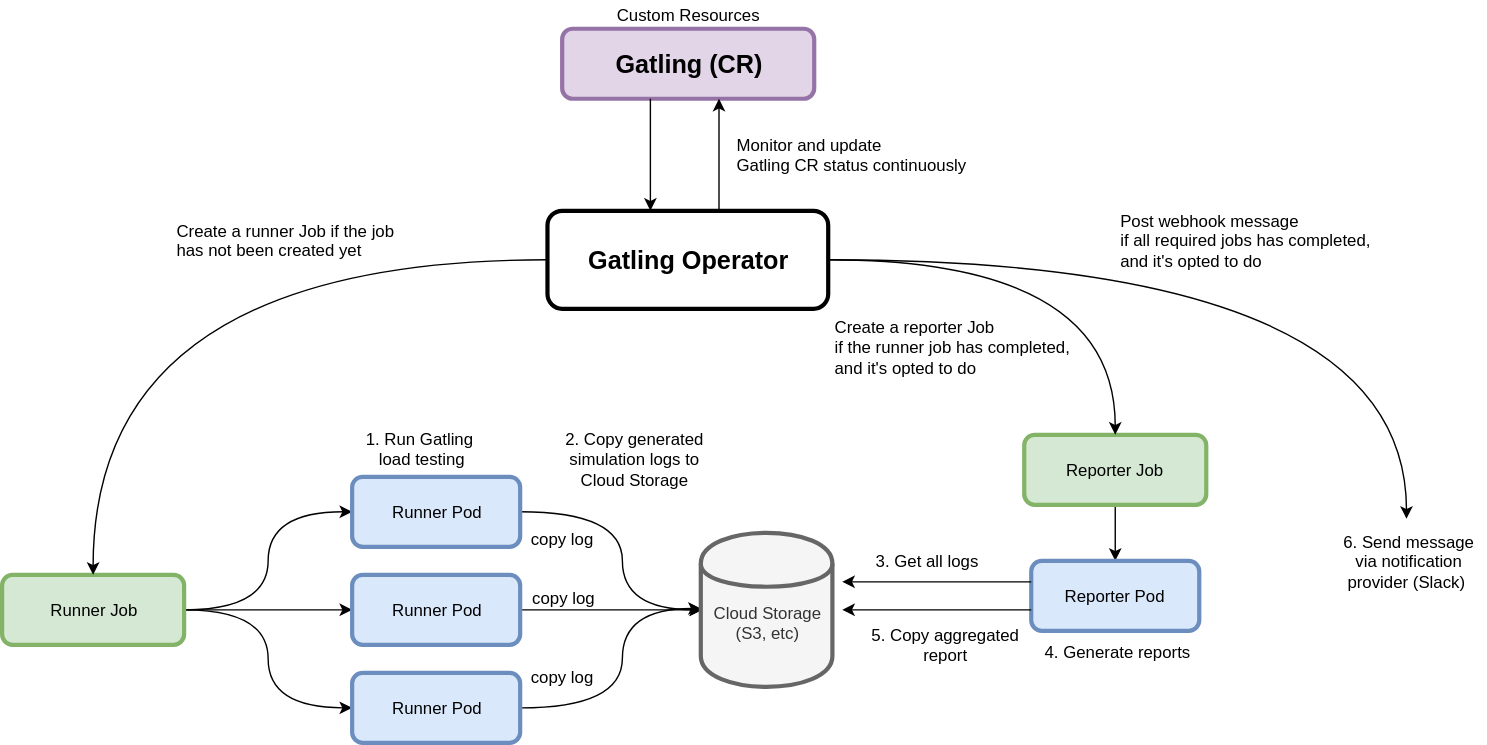
Before: assets/gatling-operator-arch.svg, a diagram exported from draw.io (st-tech/gatling-operator). Source tidied: cells renumbered, new cells last; positions are measured from the earlier drawing's top-left corner, leaving out a move shared by most shapes.
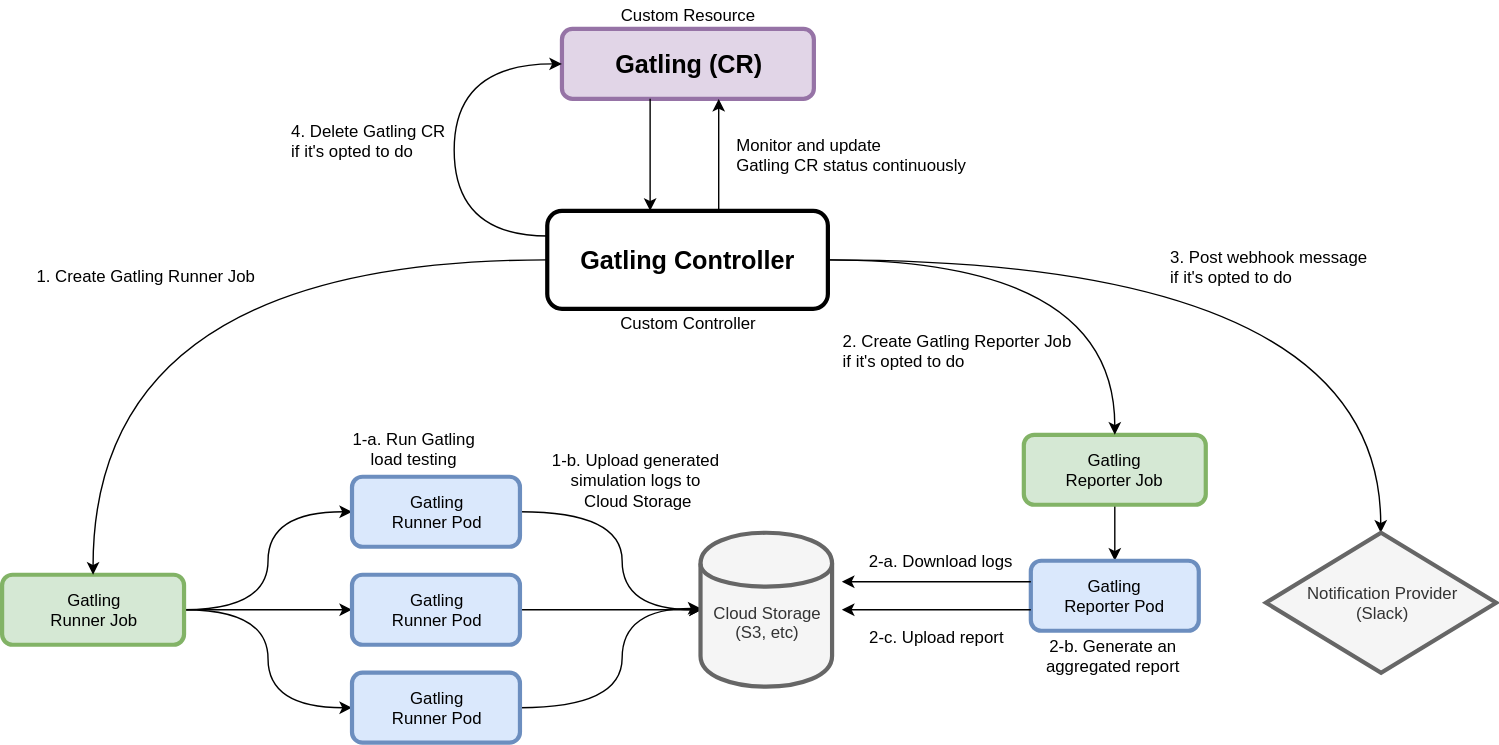
Above is the later version.

Diff of the diagram source:
```diff
@@ -11,7 +11,7 @@
     <mxCell id="4" style="edgeStyle=orthogonalEdgeStyle;rounded=0;jettySize=auto;html=1;entryX=0;entryY=0.5;entryDx=0;entryDy=0;curved=1;" parent="1" edge="1" source="5" target="14">
       <mxGeometry relative="1" as="geometry" />
     </mxCell>
-    <mxCell id="5" value="Runner Job" style="rounded=1;whiteSpace=wrap;html=1;strokeWidth=3;fillColor=#d5e8d4;strokeColor=#82b366;" parent="1" vertex="1">
+    <mxCell id="5" value="Gatling&lt;br&gt;Runner Job" style="rounded=1;whiteSpace=wrap;html=1;strokeWidth=3;fillColor=#d5e8d4;strokeColor=#82b366;" parent="1" vertex="1">
       <mxGeometry y="410" width="130" height="50" as="geometry" />
     </mxCell>
     <mxCell id="6" style="edgeStyle=orthogonalEdgeStyle;curved=1;rounded=0;jettySize=auto;html=1;entryX=0.002;entryY=0.611;entryDx=0;entryDy=0;entryPerimeter=0;" parent="1" edge="1" source="8">
@@ -23,12 +23,7 @@
         </Array>
       </mxGeometry>
     </mxCell>
-    <mxCell id="7" value="copy log" style="edgeLabel;html=1;align=center;verticalAlign=middle;" parent="6" vertex="1">
-      <mxGeometry x="-0.57" y="-20" relative="1" as="geometry">
-        <mxPoint x="-13" y="-2" as="offset" />
-      </mxGeometry>
-    </mxCell>
-    <mxCell id="8" value="Runner Pod" style="rounded=1;whiteSpace=wrap;html=1;strokeWidth=3;fillColor=#dae8fc;strokeColor=#6c8ebf;" parent="1" vertex="1">
+    <mxCell id="8" value="Gatling&lt;br&gt;Runner Pod" style="rounded=1;whiteSpace=wrap;html=1;strokeWidth=3;fillColor=#dae8fc;strokeColor=#6c8ebf;" parent="1" vertex="1">
       <mxGeometry x="250" y="340" width="120" height="50" as="geometry" />
     </mxCell>
     <mxCell id="9" style="edgeStyle=orthogonalEdgeStyle;curved=1;rounded=0;jettySize=auto;html=1;entryX=0.002;entryY=0.611;entryDx=0;entryDy=0;entryPerimeter=0;" parent="1" edge="1" source="11">
@@ -36,12 +31,7 @@
         <mxPoint x="500" y="435" as="targetPoint" />
       </mxGeometry>
     </mxCell>
-    <mxCell id="10" value="copy log" style="edgeLabel;html=1;align=center;verticalAlign=middle;" parent="9" vertex="1">
-      <mxGeometry x="-0.42" y="-5" relative="1" as="geometry">
-        <mxPoint x="-7" y="-15" as="offset" />
-      </mxGeometry>
-    </mxCell>
-    <mxCell id="11" value="Runner Pod" style="rounded=1;whiteSpace=wrap;html=1;strokeWidth=3;fillColor=#dae8fc;strokeColor=#6c8ebf;" parent="1" vertex="1">
+    <mxCell id="11" value="Gatling&lt;br&gt;Runner Pod" style="rounded=1;whiteSpace=wrap;html=1;strokeWidth=3;fillColor=#dae8fc;strokeColor=#6c8ebf;" parent="1" vertex="1">
       <mxGeometry x="250" y="410" width="120" height="50" as="geometry" />
     </mxCell>
     <mxCell id="12" style="edgeStyle=orthogonalEdgeStyle;curved=1;rounded=0;jettySize=auto;html=1;entryX=-0.006;entryY=0.598;entryDx=0;entryDy=0;entryPerimeter=0;" parent="1" edge="1" source="14">
@@ -53,24 +43,19 @@
         </Array>
       </mxGeometry>
     </mxCell>
-    <mxCell id="13" value="copy log" style="edgeLabel;html=1;align=center;verticalAlign=middle;" parent="12" vertex="1">
-      <mxGeometry x="-0.67" y="4" relative="1" as="geometry">
-        <mxPoint x="-3" y="-19" as="offset" />
-      </mxGeometry>
-    </mxCell>
-    <mxCell id="14" value="Runner Pod" style="rounded=1;whiteSpace=wrap;html=1;strokeWidth=3;fillColor=#dae8fc;strokeColor=#6c8ebf;" parent="1" vertex="1">
+    <mxCell id="14" value="Gatling&lt;br&gt;Runner Pod" style="rounded=1;whiteSpace=wrap;html=1;strokeWidth=3;fillColor=#dae8fc;strokeColor=#6c8ebf;" parent="1" vertex="1">
       <mxGeometry x="250" y="480" width="120" height="50" as="geometry" />
     </mxCell>
-    <mxCell id="15" value="2. Copy generated simulation logs to Cloud Storage" style="text;html=1;strokeColor=none;fillColor=none;align=center;verticalAlign=middle;whiteSpace=wrap;rounded=0;" parent="1" vertex="1">
-      <mxGeometry x="392" y="317" width="120" height="20" as="geometry" />
+    <mxCell id="15" value="1-b. Upload generated simulation logs to&lt;br&gt;&amp;nbsp;Cloud Storage" style="text;html=1;strokeColor=none;fillColor=none;align=center;verticalAlign=middle;whiteSpace=wrap;rounded=0;" parent="1" vertex="1">
+      <mxGeometry x="388" y="332" width="130" height="20" as="geometry" />
     </mxCell>
     <mxCell id="16" style="edgeStyle=orthogonalEdgeStyle;curved=1;rounded=0;jettySize=auto;html=1;entryX=0.5;entryY=0;entryDx=0;entryDy=0;" parent="1" edge="1" source="17" target="18">
       <mxGeometry relative="1" as="geometry" />
     </mxCell>
-    <mxCell id="17" value="Reporter Job" style="rounded=1;whiteSpace=wrap;html=1;strokeWidth=3;fillColor=#d5e8d4;strokeColor=#82b366;" parent="1" vertex="1">
+    <mxCell id="17" value="Gatling&lt;br&gt;Reporter Job" style="rounded=1;whiteSpace=wrap;html=1;strokeWidth=3;fillColor=#d5e8d4;strokeColor=#82b366;" parent="1" vertex="1">
       <mxGeometry x="730" y="310" width="130" height="50" as="geometry" />
     </mxCell>
-    <mxCell id="18" value="Reporter Pod" style="rounded=1;whiteSpace=wrap;html=1;strokeWidth=3;fillColor=#dae8fc;strokeColor=#6c8ebf;" parent="1" vertex="1">
+    <mxCell id="18" value="Gatling&lt;br&gt;Reporter Pod" style="rounded=1;whiteSpace=wrap;html=1;strokeWidth=3;fillColor=#dae8fc;strokeColor=#6c8ebf;" parent="1" vertex="1">
       <mxGeometry x="735" y="400" width="120" height="50" as="geometry" />
     </mxCell>
     <mxCell id="19" style="endArrow=classic;html=1;" parent="1" edge="1">
@@ -85,23 +70,20 @@
         <mxPoint x="600" y="435" as="targetPoint" />
       </mxGeometry>
     </mxCell>
-    <mxCell id="21" value="3. Get all logs" style="text;html=1;strokeColor=none;fillColor=none;align=center;verticalAlign=middle;whiteSpace=wrap;rounded=0;" parent="1" vertex="1">
-      <mxGeometry x="621" y="390" width="80" height="20" as="geometry" />
+    <mxCell id="21" value="2-a. Download logs" style="text;html=1;strokeColor=none;fillColor=none;align=center;verticalAlign=middle;whiteSpace=wrap;rounded=0;" parent="1" vertex="1">
+      <mxGeometry x="613" y="390" width="114" height="20" as="geometry" />
     </mxCell>
-    <mxCell id="22" value="5. Copy aggregated report" style="text;html=1;strokeColor=none;fillColor=none;align=center;verticalAlign=middle;whiteSpace=wrap;rounded=0;" parent="1" vertex="1">
-      <mxGeometry x="619" y="450" width="110" height="20" as="geometry" />
+    <mxCell id="22" value="2-c. Upload report" style="text;html=1;strokeColor=none;fillColor=none;align=center;verticalAlign=middle;whiteSpace=wrap;rounded=0;" parent="1" vertex="1">
+      <mxGeometry x="612" y="444" width="110" height="20" as="geometry" />
     </mxCell>
-    <mxCell id="23" value="&lt;font style=&quot;font-size: 12px&quot;&gt;1. Run Gatling&lt;br&gt;&amp;nbsp;load testing&lt;/font&gt;" style="text;html=1;strokeColor=none;fillColor=none;align=center;verticalAlign=middle;whiteSpace=wrap;rounded=0;" parent="1" vertex="1">
-      <mxGeometry x="227" y="310" width="143" height="20" as="geometry" />
+    <mxCell id="23" value="&lt;font style=&quot;font-size: 12px&quot;&gt;1-a. Run Gatling&lt;br&gt;load testing&lt;/font&gt;" style="text;html=1;strokeColor=none;fillColor=none;align=center;verticalAlign=middle;whiteSpace=wrap;rounded=0;" parent="1" vertex="1">
+      <mxGeometry x="224" y="310" width="139" height="20" as="geometry" />
     </mxCell>
-    <mxCell id="24" value="4. Generate reports" style="text;html=1;strokeColor=none;fillColor=none;align=center;verticalAlign=middle;whiteSpace=wrap;rounded=0;" parent="1" vertex="1">
-      <mxGeometry x="737" y="455" width="118" height="20" as="geometry" />
+    <mxCell id="24" value="2-b. Generate an aggregated report" style="text;html=1;strokeColor=none;fillColor=none;align=center;verticalAlign=middle;whiteSpace=wrap;rounded=0;" parent="1" vertex="1">
+      <mxGeometry x="735" y="458" width="118" height="20" as="geometry" />
     </mxCell>
-    <mxCell id="25" value="6. Send message via notification provider (Slack)&amp;nbsp;" style="text;html=1;strokeColor=none;fillColor=none;align=center;verticalAlign=middle;whiteSpace=wrap;rounded=0;" parent="1" vertex="1">
-      <mxGeometry x="950" y="390" width="110" height="20" as="geometry" />
-    </mxCell>
-    <mxCell id="26" value="&lt;span&gt;Create a runner Job if the job&lt;br&gt;has not been&amp;nbsp;created yet&lt;br&gt;&lt;/span&gt;" style="text;html=1;strokeColor=none;fillColor=none;align=left;verticalAlign=middle;whiteSpace=wrap;rounded=0;" parent="1" vertex="1">
-      <mxGeometry x="123" y="161" width="237" height="20" as="geometry" />
+    <mxCell id="26" value="&lt;span&gt;&lt;font style=&quot;font-size: 12px&quot;&gt;1. Create Gatling Runner Job&lt;/font&gt;&lt;br&gt;&lt;/span&gt;" style="text;html=1;strokeColor=none;fillColor=none;align=left;verticalAlign=middle;whiteSpace=wrap;rounded=0;" parent="1" vertex="1">
+      <mxGeometry x="23" y="186" width="160" height="20" as="geometry" />
     </mxCell>
     <mxCell id="27" value="&lt;font style=&quot;font-size: 18px&quot;&gt;&lt;b&gt;Gatling (CR)&lt;/b&gt;&lt;/font&gt;" style="rounded=1;whiteSpace=wrap;html=1;strokeWidth=3;fillColor=#e1d5e7;strokeColor=#9673a6;" parent="1" vertex="1">
       <mxGeometry x="400" y="20" width="180" height="50" as="geometry" />
@@ -112,10 +94,8 @@
     <mxCell id="29" style="edgeStyle=orthogonalEdgeStyle;curved=1;rounded=0;jettySize=auto;html=1;" parent="1" edge="1" source="32" target="17">
       <mxGeometry relative="1" as="geometry" />
     </mxCell>
-    <mxCell id="30" style="edgeStyle=orthogonalEdgeStyle;curved=1;rounded=0;jettySize=auto;html=1;" parent="1" edge="1" source="32">
-      <mxGeometry relative="1" as="geometry">
-        <mxPoint x="1003" y="370" as="targetPoint" />
-      </mxGeometry>
+    <mxCell id="30" style="edgeStyle=orthogonalEdgeStyle;curved=1;rounded=0;jettySize=auto;html=1;entryX=0.5;entryY=0;entryDx=0;entryDy=0;" parent="1" edge="1" source="32" target="41">
+      <mxGeometry relative="1" as="geometry" />
     </mxCell>
     <mxCell id="31" style="edgeStyle=orthogonalEdgeStyle;curved=1;rounded=0;orthogonalLoop=1;jettySize=auto;html=1;entryX=0.5;entryY=1;entryDx=0;entryDy=0;" parent="1" edge="1">
       <mxGeometry relative="1" as="geometry">
@@ -123,19 +103,27 @@
         <mxPoint x="512" y="70" as="targetPoint" />
       </mxGeometry>
     </mxCell>
+    <mxCell id="39" style="edgeStyle=orthogonalEdgeStyle;rounded=0;jettySize=auto;html=1;entryX=0;entryY=0.5;entryDx=0;entryDy=0;curved=1;exitX=0;exitY=0.25;exitDx=0;exitDy=0;" parent="1" edge="1" source="32" target="27">
+      <mxGeometry relative="1" as="geometry">
+        <Array as="points">
+          <mxPoint x="323" y="168" />
+          <mxPoint x="323" y="45" />
+        </Array>
+      </mxGeometry>
+    </mxCell>
-    <mxCell id="32" value="&lt;font style=&quot;font-size: 18px&quot;&gt;&lt;b&gt;Gatling Operator&lt;/b&gt;&lt;/font&gt;" style="rounded=1;whiteSpace=wrap;html=1;strokeWidth=3;" parent="1" vertex="1">
+    <mxCell id="32" value="&lt;font style=&quot;font-size: 18px&quot;&gt;&lt;b&gt;Gatling Controller&lt;/b&gt;&lt;/font&gt;" style="rounded=1;whiteSpace=wrap;html=1;strokeWidth=3;" parent="1" vertex="1">
       <mxGeometry x="389.5" y="150" width="200.5" height="70" as="geometry" />
     </mxCell>
     <mxCell id="33" value="Monitor and update&lt;br&gt;Gatling CR status continuously" style="text;html=1;strokeColor=none;fillColor=none;align=left;verticalAlign=middle;whiteSpace=wrap;rounded=0;" parent="1" vertex="1">
       <mxGeometry x="523" y="100" width="200" height="20" as="geometry" />
     </mxCell>
-    <mxCell id="34" value="&lt;span&gt;Create a reporter Job &lt;br&gt;if the runner job has completed, and&amp;nbsp;&lt;/span&gt;it's opted to do&lt;span&gt;&lt;br&gt;&lt;/span&gt;" style="text;html=1;strokeColor=none;fillColor=none;align=left;verticalAlign=middle;whiteSpace=wrap;rounded=0;" parent="1" vertex="1">
-      <mxGeometry x="593" y="237" width="180" height="20" as="geometry" />
+    <mxCell id="34" value="&lt;font style=&quot;font-size: 12px&quot;&gt;&lt;span&gt;2. Create Gatling Reporter Job &lt;br&gt;if &lt;/span&gt;it's opted to do&lt;/font&gt;&lt;span&gt;&lt;br&gt;&lt;/span&gt;" style="text;html=1;strokeColor=none;fillColor=none;align=left;verticalAlign=middle;whiteSpace=wrap;rounded=0;" parent="1" vertex="1">
+      <mxGeometry x="599" y="240" width="180" height="20" as="geometry" />
     </mxCell>
-    <mxCell id="35" value="Post webhook message&amp;nbsp;&lt;br&gt;if all required jobs has completed, and it's opted to do" style="text;html=1;strokeColor=none;fillColor=none;align=left;verticalAlign=middle;whiteSpace=wrap;rounded=0;" parent="1" vertex="1">
-      <mxGeometry x="797" y="161" width="190" height="20" as="geometry" />
+    <mxCell id="35" value="3. Post webhook message&amp;nbsp;&lt;br&gt;if it's opted to do" style="text;html=1;strokeColor=none;fillColor=none;align=left;verticalAlign=middle;whiteSpace=wrap;rounded=0;" parent="1" vertex="1">
+      <mxGeometry x="833" y="180" width="148" height="20" as="geometry" />
     </mxCell>
-    <mxCell id="36" value="Custom Resources" style="text;html=1;strokeColor=none;fillColor=none;align=center;verticalAlign=middle;whiteSpace=wrap;rounded=0;" parent="1" vertex="1">
+    <mxCell id="36" value="Custom Resource" style="text;html=1;strokeColor=none;fillColor=none;align=center;verticalAlign=middle;whiteSpace=wrap;rounded=0;" parent="1" vertex="1">
       <mxGeometry x="412.5" width="155" height="20" as="geometry" />
     </mxCell>
     <mxCell id="37" value="&lt;span style=&quot;color: rgb(51 , 51 , 51) ; white-space: normal&quot;&gt;Cloud Storage&lt;/span&gt;&lt;br style=&quot;color: rgb(51 , 51 , 51) ; white-space: normal&quot;&gt;&lt;span style=&quot;color: rgb(51 , 51 , 51) ; white-space: normal&quot;&gt;(S3, etc)&lt;br&gt;&lt;br&gt;&lt;/span&gt;" style="shape=cylinder;whiteSpace=wrap;html=1;boundedLbl=1;backgroundOutline=1;strokeWidth=3;fillColor=#f5f5f5;strokeColor=#666666;fontColor=#333333;" parent="1" vertex="1">
@@ -151,5 +139,14 @@
         </Array>
       </mxGeometry>
     </mxCell>
+    <mxCell id="40" value="Custom Controller" style="text;html=1;strokeColor=none;fillColor=none;align=center;verticalAlign=middle;whiteSpace=wrap;rounded=0;" parent="1" vertex="1">
+      <mxGeometry x="412.5" y="220" width="155" height="20" as="geometry" />
+    </mxCell>
+    <mxCell id="41" value="Notification Provider&lt;br&gt;(Slack)" style="rhombus;whiteSpace=wrap;html=1;strokeWidth=3;fillColor=#f5f5f5;strokeColor=#666666;fontColor=#333333;" parent="1" vertex="1">
+      <mxGeometry x="903" y="380" width="164.5" height="100" as="geometry" />
+    </mxCell>
+    <mxCell id="42" value="&lt;span&gt;4. Delete Gatling CR&lt;br&gt;if it's opted to do&lt;br&gt;&lt;/span&gt;" style="text;html=1;strokeColor=none;fillColor=none;align=left;verticalAlign=middle;whiteSpace=wrap;rounded=0;" parent="1" vertex="1">
+      <mxGeometry x="205" y="90" width="130" height="20" as="geometry" />
+    </mxCell>
   </root>
 </mxGraphModel>
```
